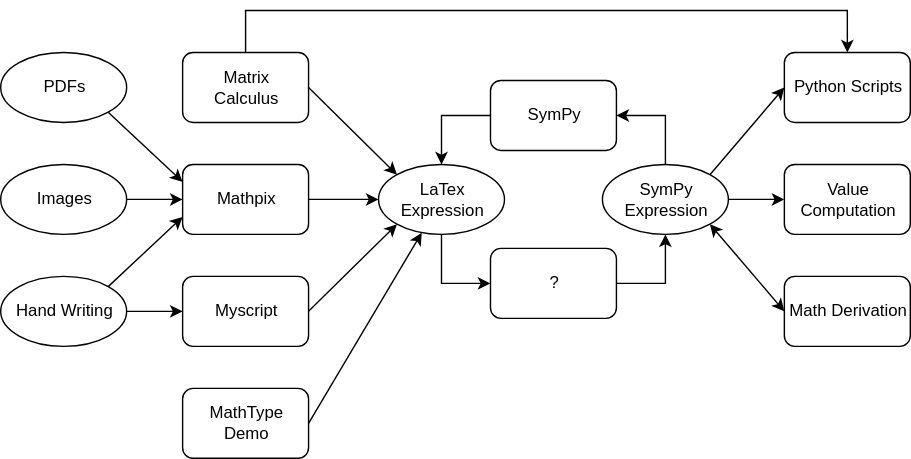
Earlier version of the draw.io export images/math tools.svg (Magic-wei/make_work_easier). Source tidied: cells renumbered, new cells last; positions are measured from the earlier drawing's top-left corner, leaving out a move shared by most shapes. Its diagram source:
```xml
<mxGraphModel>
  <root>
    <mxCell id="0" />
    <mxCell id="1" parent="0" />
    <mxCell id="2" style="edgeStyle=none;rounded=0;jettySize=auto;html=1;exitX=1;exitY=0.5;exitDx=0;exitDy=0;entryX=0;entryY=0;entryDx=0;entryDy=0;startArrow=none;startFill=0;" parent="1" edge="1" source="4" target="19">
      <mxGeometry relative="1" as="geometry" />
    </mxCell>
    <mxCell id="3" style="edgeStyle=orthogonalEdgeStyle;rounded=0;jettySize=auto;html=1;exitX=0.5;exitY=0;exitDx=0;exitDy=0;entryX=0.5;entryY=0;entryDx=0;entryDy=0;startArrow=none;startFill=0;" parent="1" edge="1" source="4" target="30">
      <mxGeometry relative="1" as="geometry">
        <Array as="points">
          <mxPoint x="175" />
          <mxPoint x="605" />
        </Array>
      </mxGeometry>
    </mxCell>
    <mxCell id="4" value="Matrix &lt;br&gt;Calculus" style="rounded=1;whiteSpace=wrap;html=1;" parent="1" vertex="1">
      <mxGeometry x="130" y="30" width="90" height="50" as="geometry" />
    </mxCell>
    <mxCell id="5" style="edgeStyle=none;rounded=0;jettySize=auto;html=1;exitX=1;exitY=1;exitDx=0;exitDy=0;entryX=0;entryY=0.25;entryDx=0;entryDy=0;startArrow=none;startFill=0;" parent="1" edge="1" source="6" target="13">
      <mxGeometry relative="1" as="geometry" />
    </mxCell>
    <mxCell id="6" value="PDFs" style="ellipse;whiteSpace=wrap;html=1;" parent="1" vertex="1">
      <mxGeometry y="30" width="90" height="50" as="geometry" />
    </mxCell>
    <mxCell id="7" style="edgeStyle=none;rounded=0;jettySize=auto;html=1;exitX=1;exitY=0.5;exitDx=0;exitDy=0;entryX=0;entryY=0.5;entryDx=0;entryDy=0;startArrow=none;startFill=0;" parent="1" edge="1" source="8" target="13">
      <mxGeometry relative="1" as="geometry" />
    </mxCell>
    <mxCell id="8" value="Images" style="ellipse;whiteSpace=wrap;html=1;" parent="1" vertex="1">
      <mxGeometry y="110" width="90" height="50" as="geometry" />
    </mxCell>
    <mxCell id="9" style="edgeStyle=none;rounded=0;jettySize=auto;html=1;exitX=1;exitY=0;exitDx=0;exitDy=0;entryX=0;entryY=0.75;entryDx=0;entryDy=0;startArrow=none;startFill=0;" parent="1" edge="1" source="11" target="13">
      <mxGeometry relative="1" as="geometry" />
    </mxCell>
    <mxCell id="10" style="edgeStyle=none;rounded=0;jettySize=auto;html=1;exitX=1;exitY=0.5;exitDx=0;exitDy=0;entryX=0;entryY=0.5;entryDx=0;entryDy=0;startArrow=none;startFill=0;" parent="1" edge="1" source="11" target="15">
      <mxGeometry relative="1" as="geometry" />
    </mxCell>
    <mxCell id="11" value="Hand Writing" style="ellipse;whiteSpace=wrap;html=1;" parent="1" vertex="1">
      <mxGeometry y="190" width="90" height="50" as="geometry" />
    </mxCell>
    <mxCell id="12" style="edgeStyle=none;rounded=0;jettySize=auto;html=1;exitX=1;exitY=0.5;exitDx=0;exitDy=0;entryX=0;entryY=0.5;entryDx=0;entryDy=0;startArrow=none;startFill=0;" parent="1" edge="1" source="13" target="19">
      <mxGeometry relative="1" as="geometry" />
    </mxCell>
    <mxCell id="13" value="Mathpix" style="rounded=1;whiteSpace=wrap;html=1;" parent="1" vertex="1">
      <mxGeometry x="130" y="110" width="90" height="50" as="geometry" />
    </mxCell>
    <mxCell id="14" style="edgeStyle=none;rounded=0;jettySize=auto;html=1;exitX=1;exitY=0.5;exitDx=0;exitDy=0;entryX=0;entryY=1;entryDx=0;entryDy=0;startArrow=none;startFill=0;" parent="1" edge="1" source="15" target="19">
      <mxGeometry relative="1" as="geometry" />
    </mxCell>
    <mxCell id="15" value="Myscript" style="rounded=1;whiteSpace=wrap;html=1;" parent="1" vertex="1">
      <mxGeometry x="130" y="190" width="90" height="50" as="geometry" />
    </mxCell>
    <mxCell id="16" style="edgeStyle=none;rounded=0;jettySize=auto;html=1;exitX=1;exitY=0.5;exitDx=0;exitDy=0;startArrow=none;startFill=0;" parent="1" edge="1" source="17" target="19">
      <mxGeometry relative="1" as="geometry" />
    </mxCell>
    <mxCell id="17" value="MathType&lt;br&gt;Demo" style="rounded=1;whiteSpace=wrap;html=1;" parent="1" vertex="1">
      <mxGeometry x="130" y="270" width="90" height="50" as="geometry" />
    </mxCell>
    <mxCell id="18" style="edgeStyle=orthogonalEdgeStyle;rounded=0;jettySize=auto;html=1;exitX=0.5;exitY=1;exitDx=0;exitDy=0;entryX=0;entryY=0.5;entryDx=0;entryDy=0;startArrow=none;startFill=0;" parent="1" edge="1" source="19" target="28">
      <mxGeometry relative="1" as="geometry" />
    </mxCell>
    <mxCell id="19" value="LaTex&lt;br&gt;Expression" style="ellipse;whiteSpace=wrap;html=1;" parent="1" vertex="1">
      <mxGeometry x="270" y="110" width="90" height="50" as="geometry" />
    </mxCell>
    <mxCell id="20" style="edgeStyle=none;rounded=0;jettySize=auto;html=1;exitX=1;exitY=0;exitDx=0;exitDy=0;entryX=0;entryY=0.5;entryDx=0;entryDy=0;startArrow=none;startFill=0;" parent="1" edge="1" source="24" target="30">
      <mxGeometry relative="1" as="geometry" />
    </mxCell>
    <mxCell id="21" style="edgeStyle=none;rounded=0;jettySize=auto;html=1;exitX=1;exitY=0.5;exitDx=0;exitDy=0;entryX=0;entryY=0.5;entryDx=0;entryDy=0;startArrow=none;startFill=0;" parent="1" edge="1" source="24" target="29">
      <mxGeometry relative="1" as="geometry" />
    </mxCell>
    <mxCell id="22" style="edgeStyle=none;rounded=0;jettySize=auto;html=1;exitX=1;exitY=1;exitDx=0;exitDy=0;entryX=0;entryY=0.5;entryDx=0;entryDy=0;startArrow=classic;startFill=1;" parent="1" edge="1" source="24" target="31">
      <mxGeometry relative="1" as="geometry" />
    </mxCell>
    <mxCell id="23" style="edgeStyle=orthogonalEdgeStyle;rounded=0;jettySize=auto;html=1;entryX=1;entryY=0.5;entryDx=0;entryDy=0;startArrow=none;startFill=0;" parent="1" edge="1" source="24" target="26">
      <mxGeometry relative="1" as="geometry" />
    </mxCell>
    <mxCell id="24" value="SymPy&lt;br&gt;Expression" style="ellipse;whiteSpace=wrap;html=1;" parent="1" vertex="1">
      <mxGeometry x="430" y="110" width="90" height="50" as="geometry" />
    </mxCell>
    <mxCell id="25" style="edgeStyle=orthogonalEdgeStyle;rounded=0;jettySize=auto;html=1;exitX=0;exitY=0.5;exitDx=0;exitDy=0;entryX=0.5;entryY=0;entryDx=0;entryDy=0;startArrow=none;startFill=0;" parent="1" edge="1" source="26" target="19">
      <mxGeometry relative="1" as="geometry" />
    </mxCell>
    <mxCell id="26" value="SymPy" style="rounded=1;whiteSpace=wrap;html=1;" parent="1" vertex="1">
      <mxGeometry x="350" y="50" width="90" height="50" as="geometry" />
    </mxCell>
    <mxCell id="27" style="edgeStyle=orthogonalEdgeStyle;rounded=0;jettySize=auto;html=1;exitX=1;exitY=0.5;exitDx=0;exitDy=0;entryX=0.5;entryY=1;entryDx=0;entryDy=0;startArrow=none;startFill=0;" parent="1" edge="1" source="28" target="24">
      <mxGeometry relative="1" as="geometry" />
    </mxCell>
    <mxCell id="28" value="?" style="rounded=1;whiteSpace=wrap;html=1;" parent="1" vertex="1">
      <mxGeometry x="350" y="170" width="90" height="50" as="geometry" />
    </mxCell>
    <mxCell id="29" value="Value Computation" style="rounded=1;whiteSpace=wrap;html=1;" parent="1" vertex="1">
      <mxGeometry x="560" y="110" width="90" height="50" as="geometry" />
    </mxCell>
    <mxCell id="30" value="Python Scripts" style="rounded=1;whiteSpace=wrap;html=1;" parent="1" vertex="1">
      <mxGeometry x="560" y="30" width="90" height="50" as="geometry" />
    </mxCell>
    <mxCell id="31" value="Math Derivation" style="rounded=1;whiteSpace=wrap;html=1;" parent="1" vertex="1">
      <mxGeometry x="560" y="190" width="90" height="50" as="geometry" />
    </mxCell>
  </root>
</mxGraphModel>
```
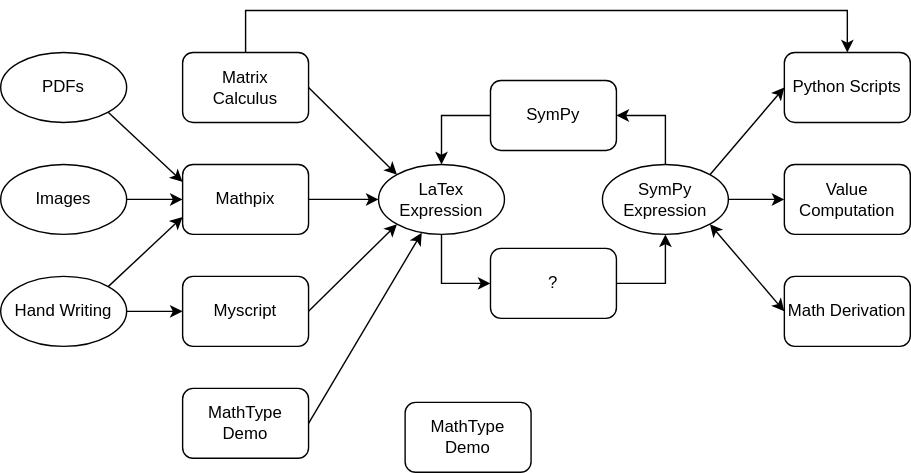
Above is the later version.

Change to the diagram source:
```diff
@@ -97,5 +97,8 @@
     <mxCell id="31" value="Math Derivation" style="rounded=1;whiteSpace=wrap;html=1;" parent="1" vertex="1">
       <mxGeometry x="560" y="190" width="90" height="50" as="geometry" />
     </mxCell>
+    <mxCell id="32" value="MathType&lt;br&gt;Demo" style="rounded=1;whiteSpace=wrap;html=1;" parent="1" vertex="1">
+      <mxGeometry x="289" y="280" width="90" height="50" as="geometry" />
+    </mxCell>
   </root>
 </mxGraphModel>
```
